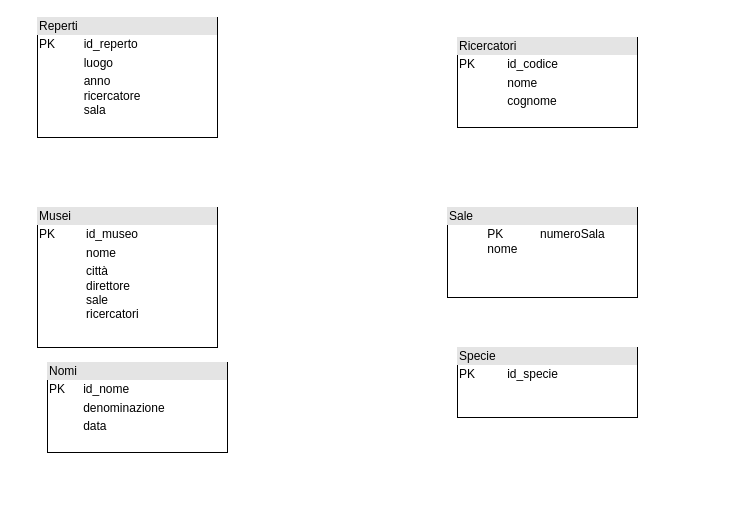
The draw.io diagram Untitled Diagram.drawio in robertamora/Informatica, before the edit. Source tidied: cells renumbered, new cells numbered last; positions are measured from the earlier drawing's top-left corner, leaving out a move shared by most shapes. Both pictures are drawn from the tidied source at 100%, with x=0, y=0 at pixel (37, 17).
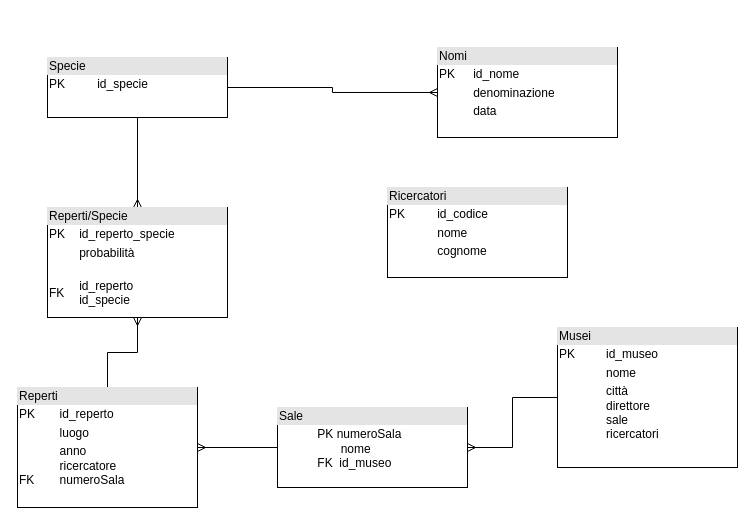
The same diagram, later.

The edit, as a diff of the source:
```diff
@@
 <mxGraphModel>
   <root>
     <mxCell id="0" />
     <mxCell id="1" parent="0" />
+    <mxCell id="8" style="edgeStyle=orthogonalEdgeStyle;rounded=0;jettySize=auto;html=1;endArrow=ERmany;endFill=0;" parent="1" edge="1" source="2" target="13">
+      <mxGeometry relative="1" as="geometry" />
+    </mxCell>
-    <mxCell id="2" value="&lt;div style=&quot;box-sizing: border-box ; width: 100% ; background: #e4e4e4 ; padding: 2px&quot;&gt;Reperti&lt;/div&gt;&lt;table style=&quot;width: 100% ; font-size: 1em&quot; cellpadding=&quot;2&quot; cellspacing=&quot;0&quot;&gt;&lt;tbody&gt;&lt;tr&gt;&lt;td&gt;PK&lt;/td&gt;&lt;td&gt;id_reperto&lt;/td&gt;&lt;/tr&gt;&lt;tr&gt;&lt;td&gt;&lt;br&gt;&lt;/td&gt;&lt;td&gt;luogo&lt;/td&gt;&lt;/tr&gt;&lt;tr&gt;&lt;td&gt;&lt;/td&gt;&lt;td&gt;anno&lt;br&gt;ricercatore&lt;br&gt;sala&lt;/td&gt;&lt;/tr&gt;&lt;/tbody&gt;&lt;/table&gt;" style="verticalAlign=top;align=left;overflow=fill;html=1;" parent="1" vertex="1">
-      <mxGeometry width="180" height="120" as="geometry" />
+    <mxCell id="2" value="&lt;div style=&quot;box-sizing: border-box ; width: 100% ; background: #e4e4e4 ; padding: 2px&quot;&gt;Reperti&lt;/div&gt;&lt;table style=&quot;width: 100% ; font-size: 1em&quot; cellpadding=&quot;2&quot; cellspacing=&quot;0&quot;&gt;&lt;tbody&gt;&lt;tr&gt;&lt;td&gt;PK&lt;/td&gt;&lt;td&gt;id_reperto&lt;/td&gt;&lt;/tr&gt;&lt;tr&gt;&lt;td&gt;&lt;br&gt;&lt;/td&gt;&lt;td&gt;luogo&lt;/td&gt;&lt;/tr&gt;&lt;tr&gt;&lt;td&gt;FK&lt;/td&gt;&lt;td&gt;anno&lt;br&gt;ricercatore&lt;br&gt;numeroSala&lt;br&gt;&lt;br&gt;&amp;nbsp;&lt;/td&gt;&lt;/tr&gt;&lt;/tbody&gt;&lt;/table&gt;" style="verticalAlign=top;align=left;overflow=fill;html=1;" parent="1" vertex="1">
+      <mxGeometry x="-20" y="370" width="180" height="120" as="geometry" />
     </mxCell>
     <mxCell id="3" value="&lt;div style=&quot;box-sizing: border-box ; width: 100% ; background: #e4e4e4 ; padding: 2px&quot;&gt;Ricercatori&lt;/div&gt;&lt;table style=&quot;width: 100% ; font-size: 1em&quot; cellpadding=&quot;2&quot; cellspacing=&quot;0&quot;&gt;&lt;tbody&gt;&lt;tr&gt;&lt;td&gt;PK&lt;/td&gt;&lt;td&gt;id_codice&lt;/td&gt;&lt;/tr&gt;&lt;tr&gt;&lt;td&gt;&lt;br&gt;&lt;/td&gt;&lt;td&gt;nome&lt;/td&gt;&lt;/tr&gt;&lt;tr&gt;&lt;td&gt;&lt;/td&gt;&lt;td&gt;cognome&lt;/td&gt;&lt;/tr&gt;&lt;/tbody&gt;&lt;/table&gt;" style="verticalAlign=top;align=left;overflow=fill;html=1;" parent="1" vertex="1">
-      <mxGeometry x="420" y="20" width="180" height="90" as="geometry" />
+      <mxGeometry x="350" y="170" width="180" height="90" as="geometry" />
     </mxCell>
+    <mxCell id="9" style="edgeStyle=orthogonalEdgeStyle;rounded=0;jettySize=auto;html=1;entryX=1;entryY=0.5;entryDx=0;entryDy=0;endArrow=ERmany;endFill=0;" parent="1" edge="1" source="4" target="5">
+      <mxGeometry relative="1" as="geometry" />
+    </mxCell>
     <mxCell id="4" value="&lt;div style=&quot;box-sizing: border-box ; width: 100% ; background: #e4e4e4 ; padding: 2px&quot;&gt;Musei&lt;/div&gt;&lt;table style=&quot;width: 100% ; font-size: 1em&quot; cellpadding=&quot;2&quot; cellspacing=&quot;0&quot;&gt;&lt;tbody&gt;&lt;tr&gt;&lt;td&gt;PK&lt;/td&gt;&lt;td&gt;id_museo&lt;/td&gt;&lt;/tr&gt;&lt;tr&gt;&lt;td&gt;&lt;br&gt;&lt;/td&gt;&lt;td&gt;nome&lt;/td&gt;&lt;/tr&gt;&lt;tr&gt;&lt;td&gt;&lt;/td&gt;&lt;td&gt;città&lt;br&gt;direttore&lt;br&gt;sale&lt;br&gt;ricercatori&lt;/td&gt;&lt;/tr&gt;&lt;/tbody&gt;&lt;/table&gt;" style="verticalAlign=top;align=left;overflow=fill;html=1;" parent="1" vertex="1">
-      <mxGeometry y="190" width="180" height="140" as="geometry" />
+      <mxGeometry x="520" y="310" width="180" height="140" as="geometry" />
     </mxCell>
+    <mxCell id="10" style="edgeStyle=orthogonalEdgeStyle;rounded=0;jettySize=auto;html=1;entryX=1;entryY=0.5;entryDx=0;entryDy=0;endArrow=ERmany;endFill=0;" parent="1" edge="1" source="5" target="2">
+      <mxGeometry relative="1" as="geometry" />
+    </mxCell>
-    <mxCell id="5" value="&lt;div style=&quot;box-sizing: border-box ; width: 100% ; background: #e4e4e4 ; padding: 2px&quot;&gt;Sale&lt;/div&gt;&lt;table style=&quot;width: 100% ; font-size: 1em&quot; cellpadding=&quot;2&quot; cellspacing=&quot;0&quot;&gt;&lt;tbody&gt;&lt;tr&gt;&lt;td&gt;&lt;br&gt;&lt;/td&gt;&lt;td&gt;PK&amp;nbsp; &amp;nbsp; &amp;nbsp; &amp;nbsp; &amp;nbsp; &amp;nbsp;numeroSala&lt;br&gt;nome&lt;/td&gt;&lt;/tr&gt;&lt;tr&gt;&lt;td&gt;&lt;br&gt;&lt;/td&gt;&lt;td&gt;&lt;/td&gt;&lt;/tr&gt;&lt;tr&gt;&lt;td&gt;&amp;nbsp; &amp;nbsp; &amp;nbsp; &amp;nbsp;&amp;nbsp;&lt;/td&gt;&lt;td&gt;&lt;/td&gt;&lt;/tr&gt;&lt;/tbody&gt;&lt;/table&gt;" style="verticalAlign=top;align=left;overflow=fill;html=1;" parent="1" vertex="1">
-      <mxGeometry x="410" y="190" width="190" height="90" as="geometry" />
+    <mxCell id="5" value="&lt;div style=&quot;box-sizing: border-box ; width: 100% ; background: #e4e4e4 ; padding: 2px&quot;&gt;Sale&lt;/div&gt;&lt;table style=&quot;width: 100% ; font-size: 1em&quot; cellpadding=&quot;2&quot; cellspacing=&quot;0&quot;&gt;&lt;tbody&gt;&lt;tr&gt;&lt;td&gt;&lt;br&gt;&lt;/td&gt;&lt;td&gt;PK numeroSala&amp;nbsp; &amp;nbsp; &amp;nbsp; &amp;nbsp; &amp;nbsp;&amp;nbsp;&lt;br&gt;&amp;nbsp; &amp;nbsp; &amp;nbsp; &amp;nbsp;nome&lt;br&gt;FK&amp;nbsp; id_museo&lt;/td&gt;&lt;/tr&gt;&lt;tr&gt;&lt;td&gt;&lt;br&gt;&lt;/td&gt;&lt;td&gt;&lt;/td&gt;&lt;/tr&gt;&lt;tr&gt;&lt;td&gt;&amp;nbsp; &amp;nbsp; &amp;nbsp; &amp;nbsp;&amp;nbsp;&lt;/td&gt;&lt;td&gt;&lt;/td&gt;&lt;/tr&gt;&lt;/tbody&gt;&lt;/table&gt;" style="verticalAlign=top;align=left;overflow=fill;html=1;" parent="1" vertex="1">
+      <mxGeometry x="240" y="390" width="190" height="80" as="geometry" />
     </mxCell>
+    <mxCell id="11" style="edgeStyle=orthogonalEdgeStyle;rounded=0;jettySize=auto;html=1;entryX=0;entryY=0.5;entryDx=0;entryDy=0;endArrow=ERmany;endFill=0;" parent="1" edge="1" source="6" target="7">
+      <mxGeometry relative="1" as="geometry" />
+    </mxCell>
+    <mxCell id="12" style="edgeStyle=orthogonalEdgeStyle;rounded=0;jettySize=auto;html=1;entryX=0.5;entryY=0;entryDx=0;entryDy=0;endArrow=ERmany;endFill=0;" parent="1" edge="1" source="6" target="13">
+      <mxGeometry relative="1" as="geometry" />
+    </mxCell>
     <mxCell id="6" value="&lt;div style=&quot;box-sizing: border-box ; width: 100% ; background: #e4e4e4 ; padding: 2px&quot;&gt;Specie&lt;/div&gt;&lt;table style=&quot;width: 100% ; font-size: 1em&quot; cellpadding=&quot;2&quot; cellspacing=&quot;0&quot;&gt;&lt;tbody&gt;&lt;tr&gt;&lt;td&gt;PK&lt;/td&gt;&lt;td&gt;id_specie&lt;/td&gt;&lt;/tr&gt;&lt;tr&gt;&lt;td&gt;&lt;br&gt;&lt;/td&gt;&lt;td&gt;&lt;/td&gt;&lt;/tr&gt;&lt;/tbody&gt;&lt;/table&gt;" style="verticalAlign=top;align=left;overflow=fill;html=1;" parent="1" vertex="1">
-      <mxGeometry x="420" y="330" width="180" height="70" as="geometry" />
+      <mxGeometry x="10" y="40" width="180" height="60" as="geometry" />
     </mxCell>
     <mxCell id="7" value="&lt;div style=&quot;box-sizing: border-box ; width: 100% ; background: #e4e4e4 ; padding: 2px&quot;&gt;Nomi&lt;/div&gt;&lt;table style=&quot;width: 100% ; font-size: 1em&quot; cellpadding=&quot;2&quot; cellspacing=&quot;0&quot;&gt;&lt;tbody&gt;&lt;tr&gt;&lt;td&gt;PK&lt;/td&gt;&lt;td&gt;id_nome&lt;/td&gt;&lt;/tr&gt;&lt;tr&gt;&lt;td&gt;&lt;br&gt;&lt;/td&gt;&lt;td&gt;denominazione&lt;/td&gt;&lt;/tr&gt;&lt;tr&gt;&lt;td&gt;&lt;/td&gt;&lt;td&gt;data&lt;/td&gt;&lt;/tr&gt;&lt;/tbody&gt;&lt;/table&gt;" style="verticalAlign=top;align=left;overflow=fill;html=1;" parent="1" vertex="1">
-      <mxGeometry x="10" y="345" width="180" height="90" as="geometry" />
+      <mxGeometry x="400" y="30" width="180" height="90" as="geometry" />
     </mxCell>
+    <mxCell id="13" value="&lt;div style=&quot;box-sizing: border-box ; width: 100% ; background: #e4e4e4 ; padding: 2px&quot;&gt;Reperti/Specie&lt;/div&gt;&lt;table style=&quot;width: 100% ; font-size: 1em&quot; cellpadding=&quot;2&quot; cellspacing=&quot;0&quot;&gt;&lt;tbody&gt;&lt;tr&gt;&lt;td&gt;PK&lt;/td&gt;&lt;td&gt;id_reperto_specie&lt;/td&gt;&lt;/tr&gt;&lt;tr&gt;&lt;td&gt;&lt;br&gt;&lt;/td&gt;&lt;td&gt;probabilità&lt;br&gt;&lt;br&gt;&lt;/td&gt;&lt;/tr&gt;&lt;tr&gt;&lt;td&gt;FK&lt;/td&gt;&lt;td&gt;id_reperto&lt;br&gt;id_specie&lt;/td&gt;&lt;/tr&gt;&lt;/tbody&gt;&lt;/table&gt;" style="verticalAlign=top;align=left;overflow=fill;html=1;" parent="1" vertex="1">
+      <mxGeometry x="10" y="190" width="180" height="110" as="geometry" />
+    </mxCell>
   </root>
 </mxGraphModel>
```
